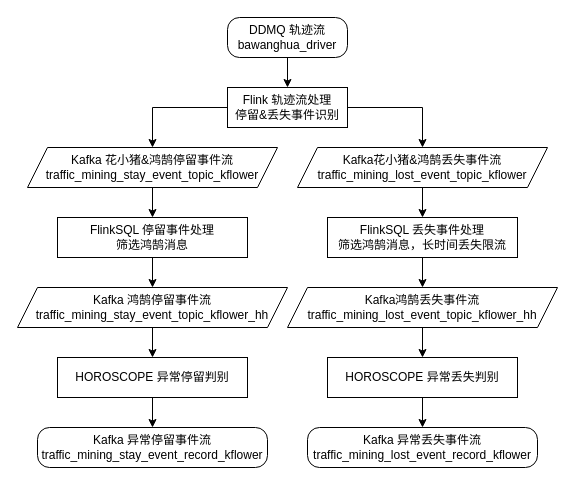
Earlier version of the draw.io diagram Untitled Diagram.drawio (MaverickZwt/hangzhou_house_knowledge). Source tidied: cells renumbered, new cells numbered last; positions are measured from the earlier drawing's top-left corner, leaving out a move shared by most shapes. Both pictures are drawn from the tidied source at 100%, with x=0, y=0 at pixel (17, 17).
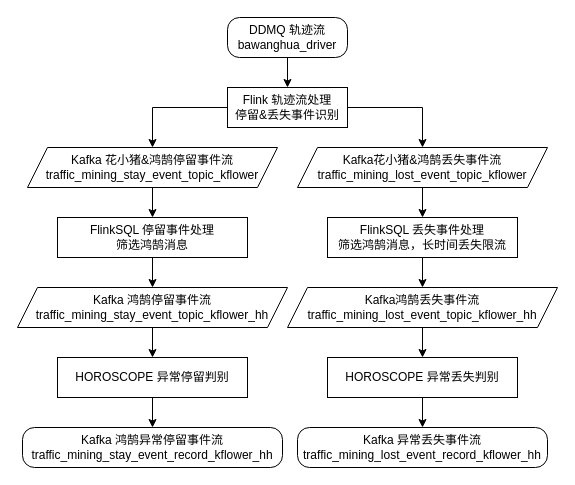
The same diagram, later.

Change to the diagram source:
```diff
@@
-    <mxCell id="19" value="Kafka 异常停留事件流&lt;br&gt;traffic_mining_stay_event_record_kflower" style="rounded=1;whiteSpace=wrap;html=1;arcSize=30;" parent="1" vertex="1">
-      <mxGeometry x="20" y="410" width="230" height="40" as="geometry" />
+    <mxCell id="19" value="Kafka 鸿鹄异常停留事件流&lt;br&gt;traffic_mining_stay_event_record_kflower_hh" style="rounded=1;whiteSpace=wrap;html=1;arcSize=30;" parent="1" vertex="1">
+      <mxGeometry x="5" y="410" width="260" height="40" as="geometry" />
     </mxCell>
-    <mxCell id="20" value="Kafka 异常丢失事件流&lt;br&gt;traffic_mining_lost_event_record_kflower" style="rounded=1;whiteSpace=wrap;html=1;arcSize=30;" parent="1" vertex="1">
-      <mxGeometry x="290" y="410" width="230" height="40" as="geometry" />
+    <mxCell id="20" value="Kafka 异常丢失事件流&lt;br&gt;traffic_mining_lost_event_record_kflower_hh" style="rounded=1;whiteSpace=wrap;html=1;arcSize=30;" parent="1" vertex="1">
+      <mxGeometry x="280" y="410" width="250" height="40" as="geometry" />
     </mxCell>
```
